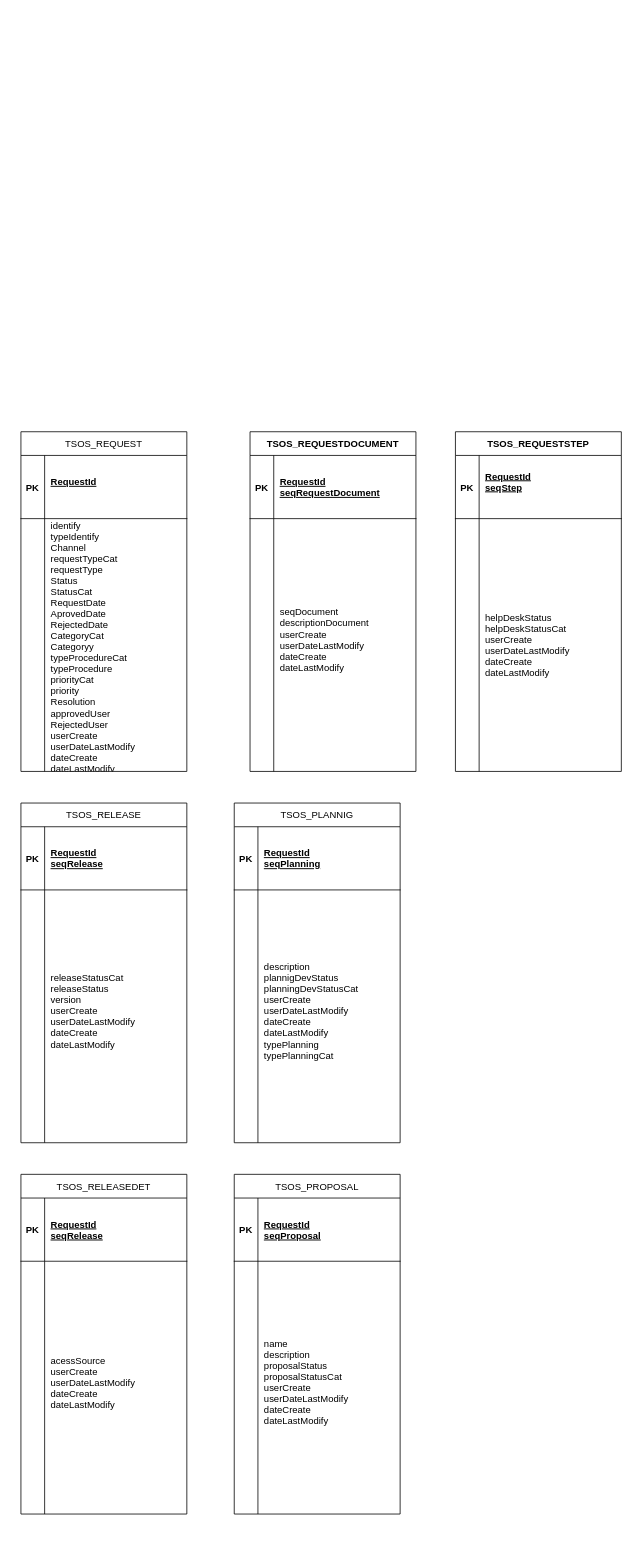
Earlier version of the draw.io diagram SOSDiagramaBDD.drawio (GonzaloDavid/diagramas). Source tidied: cells renumbered, new cells numbered last; positions are measured from the earlier drawing's top-left corner, leaving out a move shared by most shapes. Both pictures are drawn from the tidied source at 79%, with x=0, y=0 at pixel (21, 431).
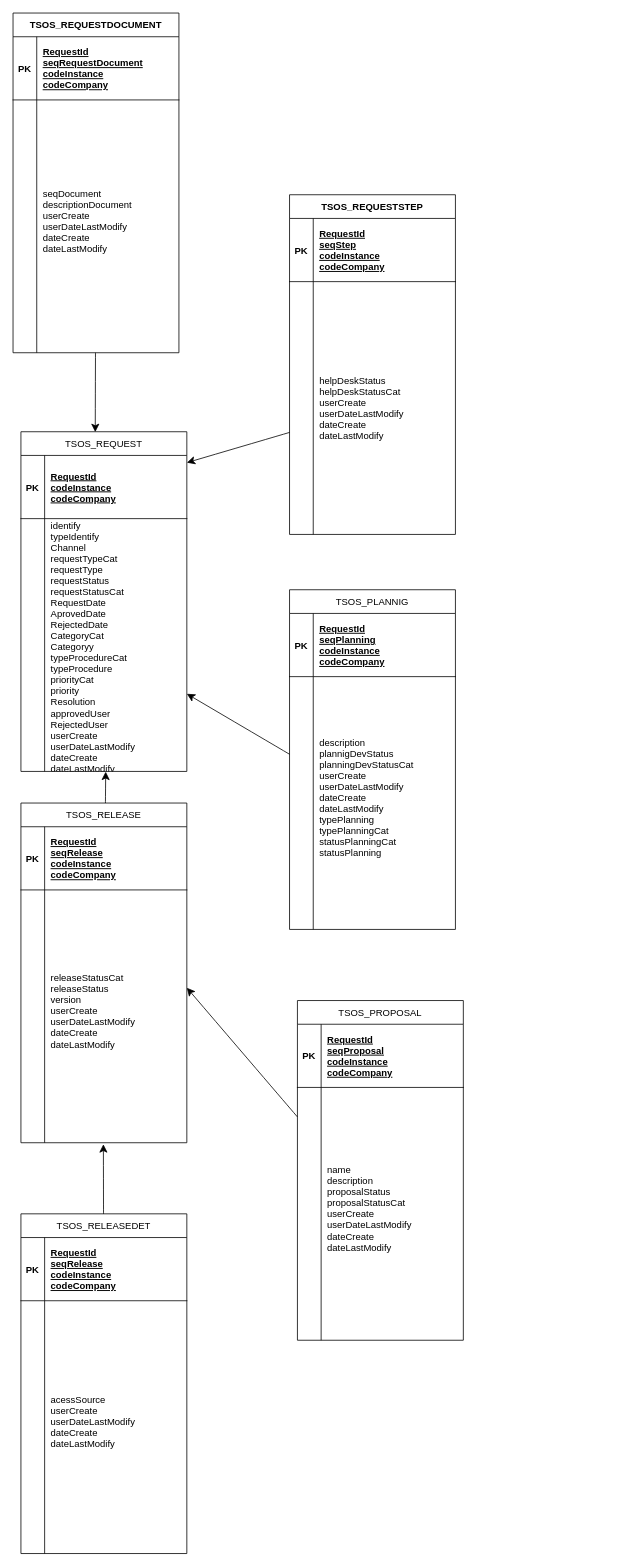
The same diagram, later.

The change refers to these unchanged cells:
```xml
<mxCell id="2" value="TSOS_REQUEST" style="shape=table;startSize=30;childLayout=tableLayout;rowLines=0;fontStyle=0;align=center;" parent="1" vertex="1">
  <mxGeometry width="210" height="430" as="geometry" />
</mxCell>
<mxCell id="3" style="shape=partialRectangle;fillColor=none;points=[[0,0.5],[1,0.5]];portConstraint=eastwest;top=0;left=0;right=0;bottom=1;" parent="2" vertex="1">
  <mxGeometry y="30" width="210" height="80" as="geometry" />
</mxCell>
<mxCell id="6" style="shape=partialRectangle;fillColor=none;points=[[0,0.5],[1,0.5]];portConstraint=eastwest;top=0;left=0;right=0;bottom=0;" parent="2" vertex="1">
  <mxGeometry y="110" width="210" height="320" as="geometry" />
</mxCell>
<mxCell id="10" style="shape=partialRectangle;fillColor=none;top=0;left=0;right=0;bottom=1;" parent="9" vertex="1">
  <mxGeometry y="30" width="210" height="80" as="geometry" />
</mxCell>
<mxCell id="17" style="shape=partialRectangle;fillColor=none;top=0;left=0;right=0;bottom=1;" parent="16" vertex="1">
  <mxGeometry y="30" width="210" height="80" as="geometry" />
</mxCell>
<mxCell id="20" style="shape=partialRectangle;fillColor=none;points=[[0,0.5],[1,0.5]];portConstraint=eastwest;top=0;left=0;right=0;bottom=0;" parent="16" vertex="1">
  <mxGeometry y="110" width="210" height="320" as="geometry" />
</mxCell>
<mxCell id="23" value="TSOS_RELEASE" style="shape=table;startSize=30;childLayout=tableLayout;rowLines=0;fontStyle=0;align=center;" parent="1" vertex="1">
  <mxGeometry y="470" width="210" height="430" as="geometry" />
</mxCell>
<mxCell id="24" style="shape=partialRectangle;fillColor=none;top=0;left=0;right=0;bottom=1;" parent="23" vertex="1">
  <mxGeometry y="30" width="210" height="80" as="geometry" />
</mxCell>
<mxCell id="27" style="shape=partialRectangle;fillColor=none;points=[[0,0.5],[1,0.5]];portConstraint=eastwest;top=0;left=0;right=0;bottom=0;" parent="23" vertex="1">
  <mxGeometry y="110" width="210" height="320" as="geometry" />
</mxCell>
<mxCell id="31" style="shape=partialRectangle;fillColor=none;top=0;left=0;right=0;bottom=1;" parent="30" vertex="1">
  <mxGeometry y="30" width="210" height="80" as="geometry" />
</mxCell>
<mxCell id="34" style="shape=partialRectangle;fillColor=none;points=[[0,0.5],[1,0.5]];portConstraint=eastwest;top=0;left=0;right=0;bottom=0;" parent="30" vertex="1">
  <mxGeometry y="110" width="210" height="320" as="geometry" />
</mxCell>
<mxCell id="38" style="shape=partialRectangle;fillColor=none;top=0;left=0;right=0;bottom=1;" parent="37" vertex="1">
  <mxGeometry y="30" width="210" height="80" as="geometry" />
</mxCell>
<mxCell id="45" style="shape=partialRectangle;fillColor=none;top=0;left=0;right=0;bottom=1;" parent="44" vertex="1">
  <mxGeometry y="30" width="210" height="80" as="geometry" />
</mxCell>
<mxCell id="48" style="shape=partialRectangle;fillColor=none;points=[[0,0.5],[1,0.5]];portConstraint=eastwest;top=0;left=0;right=0;bottom=0;" parent="44" vertex="1">
  <mxGeometry y="110" width="210" height="320" as="geometry" />
</mxCell>
```

Diff of the diagram source:
```diff
@@
-    <mxCell id="5" value="RequestId&#10;" style="shape=partialRectangle;overflow=hidden;fillColor=none;top=0;left=0;bottom=0;right=0;align=left;spacingLeft=6;fontStyle=5;" parent="3" vertex="1">
+    <mxCell id="5" value="RequestId&#10;codeInstance&#10;codeCompany" style="shape=partialRectangle;overflow=hidden;fillColor=none;top=0;left=0;bottom=0;right=0;align=left;spacingLeft=6;fontStyle=5;" parent="3" vertex="1">
       <mxGeometry x="30" width="180" height="80" as="geometry" />
     </mxCell>
@@
-    <mxCell id="8" value="identify&#10;typeIdentify&#10;Channel&#10;requestTypeCat&#10;requestType&#10;Status&#10;StatusCat&#10;RequestDate&#10;AprovedDate&#10;RejectedDate&#10;CategoryCat&#10;Categoryy&#10;typeProcedureCat&#10;typeProcedure&#10;priorityCat&#10;priority&#10;Resolution&#10;approvedUser&#10;RejectedUser&#10;userCreate&#10;userDateLastModify&#10;dateCreate&#10;dateLastModify&#10;" style="shape=partialRectangle;overflow=hidden;fillColor=none;top=0;left=0;bottom=0;right=0;align=left;spacingLeft=6;" parent="6" vertex="1">
+    <mxCell id="8" value="identify&#10;typeIdentify&#10;Channel&#10;requestTypeCat&#10;requestType&#10;requestStatus&#10;requestStatusCat&#10;RequestDate&#10;AprovedDate&#10;RejectedDate&#10;CategoryCat&#10;Categoryy&#10;typeProcedureCat&#10;typeProcedure&#10;priorityCat&#10;priority&#10;Resolution&#10;approvedUser&#10;RejectedUser&#10;userCreate&#10;userDateLastModify&#10;dateCreate&#10;dateLastModify&#10;" style="shape=partialRectangle;overflow=hidden;fillColor=none;top=0;left=0;bottom=0;right=0;align=left;spacingLeft=6;" parent="6" vertex="1">
       <mxGeometry x="30" width="180" height="320" as="geometry" />
     </mxCell>
     <mxCell id="9" value="TSOS_REQUESTDOCUMENT" style="shape=table;startSize=30;childLayout=tableLayout;rowLines=0;fontStyle=1;align=center;" parent="1" vertex="1">
-      <mxGeometry x="290" width="210" height="430" as="geometry" />
+      <mxGeometry x="-10" y="-530" width="210" height="430" as="geometry" />
     </mxCell>
@@
-    <mxCell id="12" value="RequestId&#10;seqRequestDocument" style="shape=partialRectangle;overflow=hidden;fillColor=none;top=0;left=0;bottom=0;right=0;align=left;spacingLeft=6;fontStyle=5;" parent="10" vertex="1">
+    <mxCell id="12" value="RequestId&#10;seqRequestDocument&#10;codeInstance&#10;codeCompany" style="shape=partialRectangle;overflow=hidden;fillColor=none;top=0;left=0;bottom=0;right=0;align=left;spacingLeft=6;fontStyle=5;" parent="10" vertex="1">
       <mxGeometry x="30" width="180" height="80" as="geometry" />
     </mxCell>
@@
     <mxCell id="16" value="TSOS_REQUESTSTEP" style="shape=table;startSize=30;childLayout=tableLayout;rowLines=0;fontStyle=1;align=center;" parent="1" vertex="1">
-      <mxGeometry x="550" width="210" height="430" as="geometry" />
+      <mxGeometry x="340" y="-300" width="210" height="430" as="geometry" />
     </mxCell>
@@
-    <mxCell id="19" value="RequestId&#10;seqStep&#10;" style="shape=partialRectangle;overflow=hidden;fillColor=none;top=0;left=0;bottom=0;right=0;align=left;spacingLeft=6;fontStyle=5;" parent="17" vertex="1">
+    <mxCell id="19" value="RequestId&#10;seqStep&#10;codeInstance&#10;codeCompany" style="shape=partialRectangle;overflow=hidden;fillColor=none;top=0;left=0;bottom=0;right=0;align=left;spacingLeft=6;fontStyle=5;" parent="17" vertex="1">
       <mxGeometry x="30" width="180" height="80" as="geometry" />
     </mxCell>
@@
-    <mxCell id="26" value="RequestId&#10;seqRelease" style="shape=partialRectangle;overflow=hidden;fillColor=none;top=0;left=0;bottom=0;right=0;align=left;spacingLeft=6;fontStyle=5;" parent="24" vertex="1">
+    <mxCell id="26" value="RequestId&#10;seqRelease&#10;codeInstance&#10;codeCompany" style="shape=partialRectangle;overflow=hidden;fillColor=none;top=0;left=0;bottom=0;right=0;align=left;spacingLeft=6;fontStyle=5;" parent="24" vertex="1">
       <mxGeometry x="30" width="180" height="80" as="geometry" />
     </mxCell>
@@
     <mxCell id="30" value="TSOS_PLANNIG" style="shape=table;startSize=30;childLayout=tableLayout;rowLines=0;fontStyle=0;align=center;" parent="1" vertex="1">
-      <mxGeometry x="270" y="470" width="210" height="430" as="geometry" />
+      <mxGeometry x="340" y="200" width="210" height="430" as="geometry" />
     </mxCell>
@@
-    <mxCell id="33" value="RequestId&#10;seqPlanning" style="shape=partialRectangle;overflow=hidden;fillColor=none;top=0;left=0;bottom=0;right=0;align=left;spacingLeft=6;fontStyle=5;" parent="31" vertex="1">
+    <mxCell id="33" value="RequestId&#10;seqPlanning&#10;codeInstance&#10;codeCompany" style="shape=partialRectangle;overflow=hidden;fillColor=none;top=0;left=0;bottom=0;right=0;align=left;spacingLeft=6;fontStyle=5;" parent="31" vertex="1">
       <mxGeometry x="30" width="180" height="80" as="geometry" />
     </mxCell>
@@
-    <mxCell id="36" value="description&#10;plannigDevStatus&#10;planningDevStatusCat&#10;userCreate&#10;userDateLastModify&#10;dateCreate&#10;dateLastModify&#10;typePlanning&#10;typePlanningCat&#10;" style="shape=partialRectangle;overflow=hidden;fillColor=none;top=0;left=0;bottom=0;right=0;align=left;spacingLeft=6;" parent="34" vertex="1">
+    <mxCell id="36" value="description&#10;plannigDevStatus&#10;planningDevStatusCat&#10;userCreate&#10;userDateLastModify&#10;dateCreate&#10;dateLastModify&#10;typePlanning&#10;typePlanningCat&#10;statusPlanningCat&#10;statusPlanning&#10;" style="shape=partialRectangle;overflow=hidden;fillColor=none;top=0;left=0;bottom=0;right=0;align=left;spacingLeft=6;" parent="34" vertex="1">
       <mxGeometry x="30" width="180" height="320" as="geometry" />
     </mxCell>
     <mxCell id="37" value="TSOS_RELEASEDET" style="shape=table;startSize=30;childLayout=tableLayout;rowLines=0;fontStyle=0;align=center;" parent="1" vertex="1">
-      <mxGeometry y="940" width="210" height="430" as="geometry" />
+      <mxGeometry y="990" width="210" height="430" as="geometry" />
     </mxCell>
@@
-    <mxCell id="40" value="RequestId&#10;seqRelease" style="shape=partialRectangle;overflow=hidden;fillColor=none;top=0;left=0;bottom=0;right=0;align=left;spacingLeft=6;fontStyle=5;" parent="38" vertex="1">
+    <mxCell id="40" value="RequestId&#10;seqRelease&#10;codeInstance&#10;codeCompany" style="shape=partialRectangle;overflow=hidden;fillColor=none;top=0;left=0;bottom=0;right=0;align=left;spacingLeft=6;fontStyle=5;" parent="38" vertex="1">
       <mxGeometry x="30" width="180" height="80" as="geometry" />
     </mxCell>
@@
     <mxCell id="44" value="TSOS_PROPOSAL" style="shape=table;startSize=30;childLayout=tableLayout;rowLines=0;fontStyle=0;align=center;" parent="1" vertex="1">
-      <mxGeometry x="270" y="940" width="210" height="430" as="geometry" />
+      <mxGeometry x="350" y="720" width="210" height="430" as="geometry" />
     </mxCell>
@@
-    <mxCell id="47" value="RequestId&#10;seqProposal" style="shape=partialRectangle;overflow=hidden;fillColor=none;top=0;left=0;bottom=0;right=0;align=left;spacingLeft=6;fontStyle=5;" parent="45" vertex="1">
+    <mxCell id="47" value="RequestId&#10;seqProposal&#10;codeInstance&#10;codeCompany" style="shape=partialRectangle;overflow=hidden;fillColor=none;top=0;left=0;bottom=0;right=0;align=left;spacingLeft=6;fontStyle=5;" parent="45" vertex="1">
       <mxGeometry x="30" width="180" height="80" as="geometry" />
     </mxCell>
@@
+    <mxCell id="51" style="edgeStyle=none;curved=1;rounded=0;jettySize=auto;html=1;entryX=0.448;entryY=0.001;entryDx=0;entryDy=0;entryPerimeter=0;fontSize=12;startSize=8;endSize=8;" parent="1" edge="1" source="9" target="2">
+      <mxGeometry relative="1" as="geometry" />
+    </mxCell>
+    <mxCell id="52" style="edgeStyle=none;curved=1;rounded=0;jettySize=auto;html=1;fontSize=12;startSize=8;endSize=8;" parent="1" edge="1" source="20" target="3">
+      <mxGeometry relative="1" as="geometry" />
+    </mxCell>
+    <mxCell id="53" style="edgeStyle=none;curved=1;rounded=0;jettySize=auto;html=1;fontSize=12;startSize=8;endSize=8;" parent="1" edge="1" source="34" target="6">
+      <mxGeometry relative="1" as="geometry" />
+    </mxCell>
+    <mxCell id="54" style="edgeStyle=none;curved=1;rounded=0;jettySize=auto;html=1;entryX=0.511;entryY=1.001;entryDx=0;entryDy=0;entryPerimeter=0;fontSize=12;startSize=8;endSize=8;" parent="1" edge="1" source="23" target="6">
+      <mxGeometry relative="1" as="geometry" />
+    </mxCell>
+    <mxCell id="55" style="edgeStyle=none;curved=1;rounded=0;jettySize=auto;html=1;entryX=0.497;entryY=1.006;entryDx=0;entryDy=0;entryPerimeter=0;fontSize=12;startSize=8;endSize=8;" parent="1" edge="1" source="37" target="27">
+      <mxGeometry relative="1" as="geometry" />
+    </mxCell>
+    <mxCell id="56" style="edgeStyle=none;curved=1;rounded=0;jettySize=auto;html=1;entryX=1;entryY=0.387;entryDx=0;entryDy=0;entryPerimeter=0;fontSize=12;startSize=8;endSize=8;" parent="1" edge="1" source="48" target="27">
+      <mxGeometry relative="1" as="geometry" />
+    </mxCell>
```
